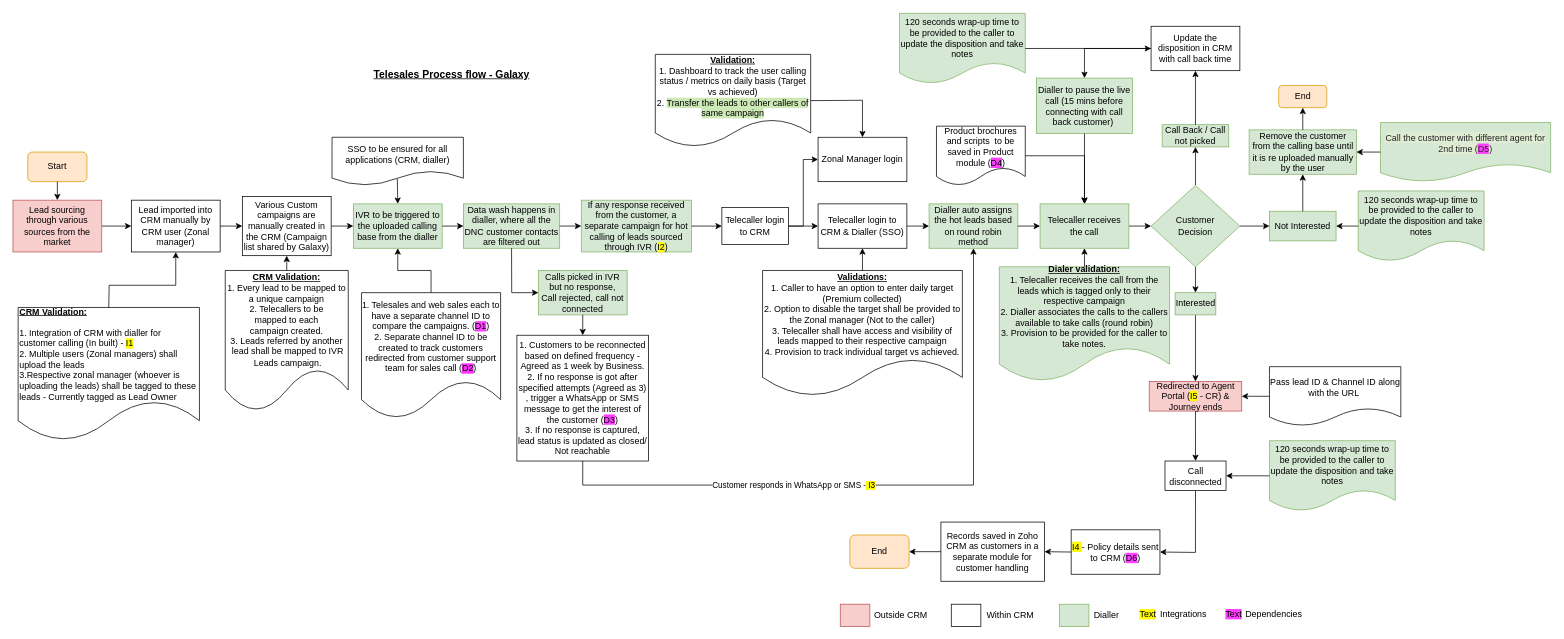
shaileshsreedar/Galaxy keeps this draw.io diagram as TeleSales Revised.drawio. Above is the earlier version. Source tidied: cells renumbered, new cells numbered last; positions are measured from the earlier drawing's top-left corner, leaving out a move shared by most shapes. Both pictures are drawn from the tidied source at 74%, with x=0, y=0 at pixel (13, 13).
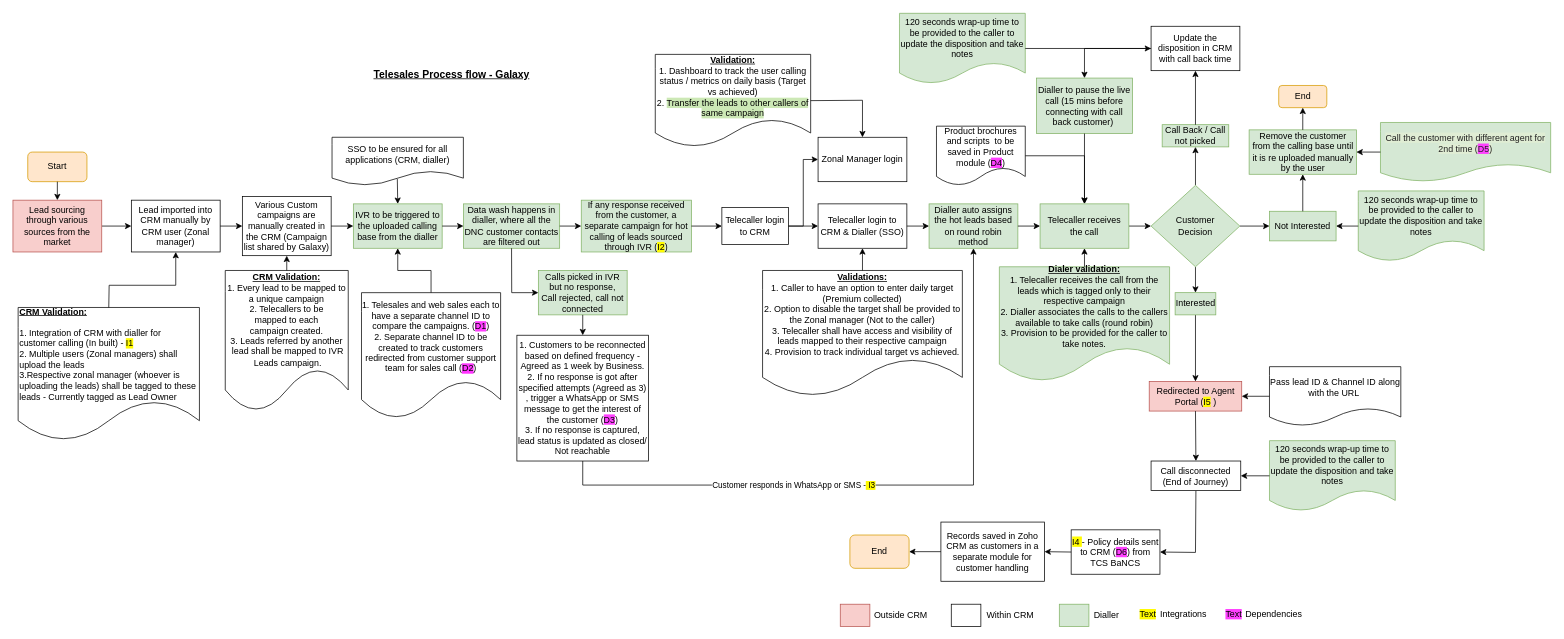
The same page after the edit.

Change to the diagram source:
```diff
@@
-    <mxCell id="16" value="Redirected to Agent Portal (&lt;span style=&quot;background-color: rgb(255, 251, 0);&quot;&gt;I5&lt;/span&gt; - CR) &amp;amp; Journey ends" style="whiteSpace=wrap;html=1;fillColor=#f8cecc;strokeColor=#b85450;" parent="1" vertex="1">
+    <mxCell id="16" value="Redirected to Agent Portal (&lt;span style=&quot;background-color: rgb(255, 251, 0);&quot;&gt;I5&lt;/span&gt;&amp;nbsp;)" style="whiteSpace=wrap;html=1;fillColor=#f8cecc;strokeColor=#b85450;" parent="1" vertex="1">
       <mxGeometry x="1535.5" y="498" width="125" height="40" as="geometry" />
     </mxCell>
-    <mxCell id="17" value="&lt;span style=&quot;background-color: rgb(255, 251, 0);&quot;&gt;I4&amp;nbsp;&lt;/span&gt;- Policy details sent to CRM (&lt;span style=&quot;background-color: rgb(255, 64, 255);&quot;&gt;D6&lt;/span&gt;)" style="whiteSpace=wrap;html=1;" parent="1" vertex="1">
+    <mxCell id="17" value="&lt;span style=&quot;background-color: rgb(255, 251, 0);&quot;&gt;I4&amp;nbsp;&lt;/span&gt;- Policy details sent to CRM (&lt;span style=&quot;background-color: rgb(255, 64, 255);&quot;&gt;D6&lt;/span&gt;) from TCS BaNCS" style="whiteSpace=wrap;html=1;" parent="1" vertex="1">
       <mxGeometry x="1430" y="698.5" width="120" height="60" as="geometry" />
     </mxCell>
@@
-    <mxCell id="92" value="Call disconnected" style="rounded=0;whiteSpace=wrap;html=1;" parent="1" vertex="1">
-      <mxGeometry x="1556.8" y="605.5" width="82.5" height="40" as="geometry" />
+    <mxCell id="92" value="Call disconnected (End of Journey)" style="rounded=0;whiteSpace=wrap;html=1;" parent="1" vertex="1">
+      <mxGeometry x="1538" y="605.5" width="121.2" height="40" as="geometry" />
     </mxCell>
```
